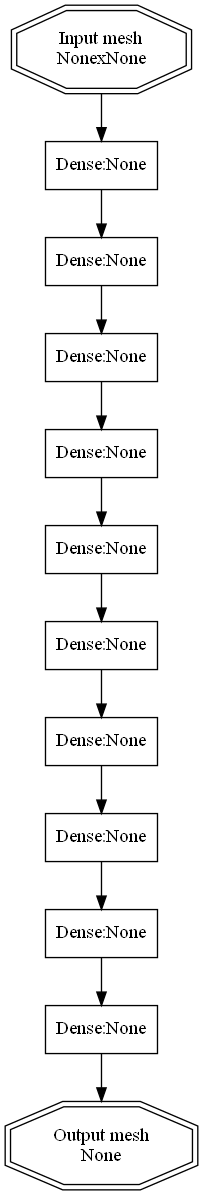
Above: multimedia/render/compiled-model.gv.png in iTzAlver/CorNet-GUI (Graphviz), before the change. Its source is kept beside it as multimedia/render/compiled-model.gv. Its diagram source:
```dot
digraph "compiled-model" {
	0 [label="Input mesh
NonexNone" shape=doubleoctagon]
	1 [label="Dense:None" shape=box]
	0 -> 1
	2 [label="Dense:None" shape=box]
	1 -> 2
	3 [label="Dense:None" shape=box]
	2 -> 3
	4 [label="Dense:None" shape=box]
	3 -> 4
	5 [label="Dense:None" shape=box]
	4 -> 5
	6 [label="Dense:None" shape=box]
	5 -> 6
	7 [label="Dense:None" shape=box]
	6 -> 7
	8 [label="Dense:None" shape=box]
	7 -> 8
	9 [label="Dense:None" shape=box]
	8 -> 9
	10 [label="Dense:None" shape=box]
	9 -> 10
	11 [label="Output mesh
None" shape=doubleoctagon]
	10 -> 11
}
```
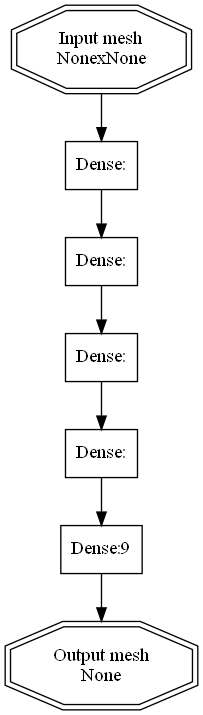
Above is the later version.

What changed in the source:
```diff
@@ -1,27 +1,17 @@
 digraph "compiled-model" {
 	0 [label="Input mesh
 NonexNone" shape=doubleoctagon]
-	1 [label="Dense:None" shape=box]
+	1 [label="Dense:" shape=box]
 	0 -> 1
-	2 [label="Dense:None" shape=box]
+	2 [label="Dense:" shape=box]
 	1 -> 2
-	3 [label="Dense:None" shape=box]
+	3 [label="Dense:" shape=box]
 	2 -> 3
-	4 [label="Dense:None" shape=box]
+	4 [label="Dense:" shape=box]
 	3 -> 4
-	5 [label="Dense:None" shape=box]
+	5 [label="Dense:9" shape=box]
 	4 -> 5
-	6 [label="Dense:None" shape=box]
+	6 [label="Output mesh
+None" shape=doubleoctagon]
 	5 -> 6
-	7 [label="Dense:None" shape=box]
-	6 -> 7
-	8 [label="Dense:None" shape=box]
-	7 -> 8
-	9 [label="Dense:None" shape=box]
-	8 -> 9
-	10 [label="Dense:None" shape=box]
-	9 -> 10
-	11 [label="Output mesh
-None" shape=doubleoctagon]
-	10 -> 11
 }
```
